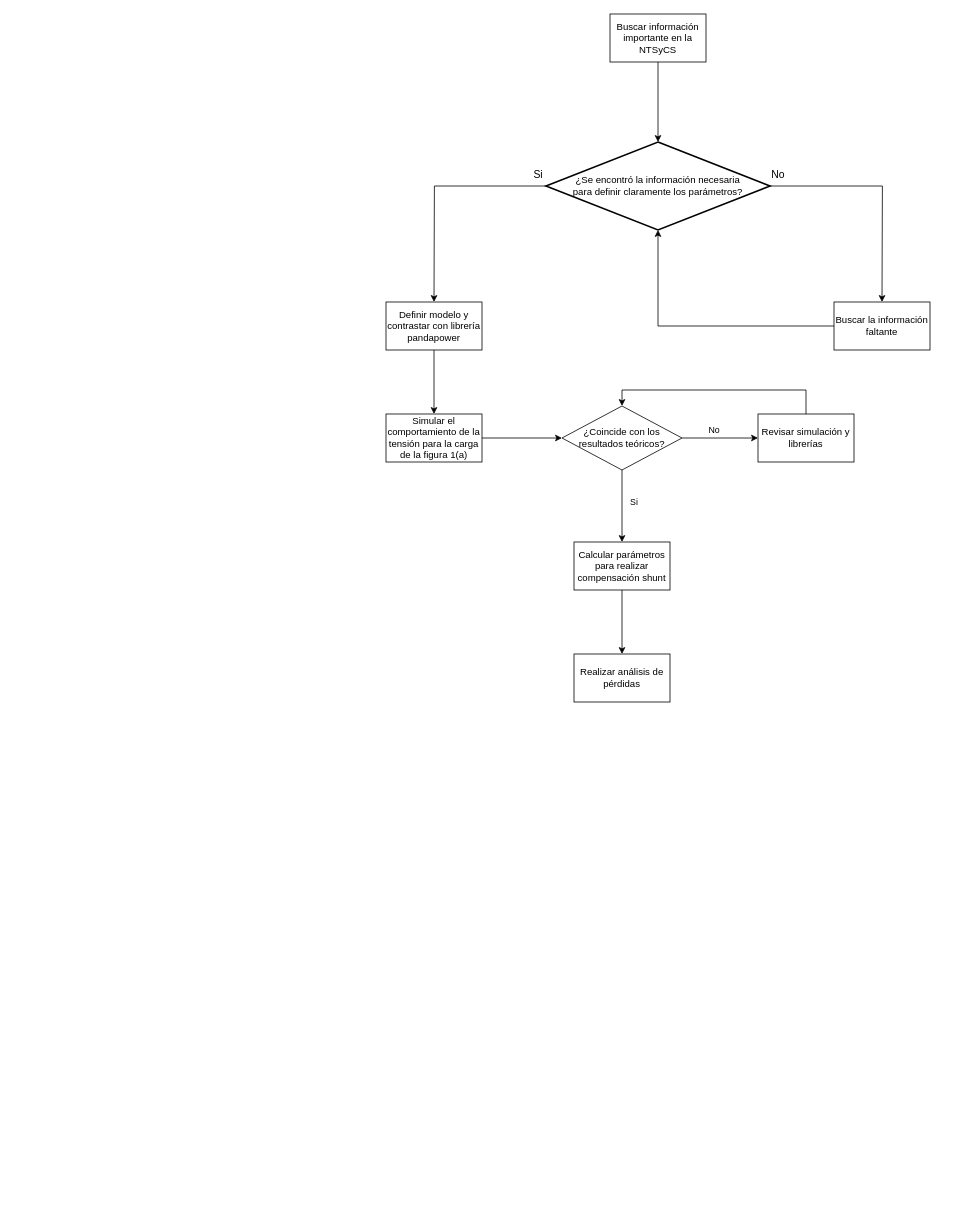
Before: Diagrama sin título.drawio in Reinaldo-usm/G1A_SEP1_S12024, a draw.io diagram. Source tidied: cells renumbered, new cells numbered last; positions are measured from the earlier drawing's top-left corner, leaving out a move shared by most shapes. Both pictures are drawn from the tidied source at 80%, with x=0, y=0 at pixel (386, 14).
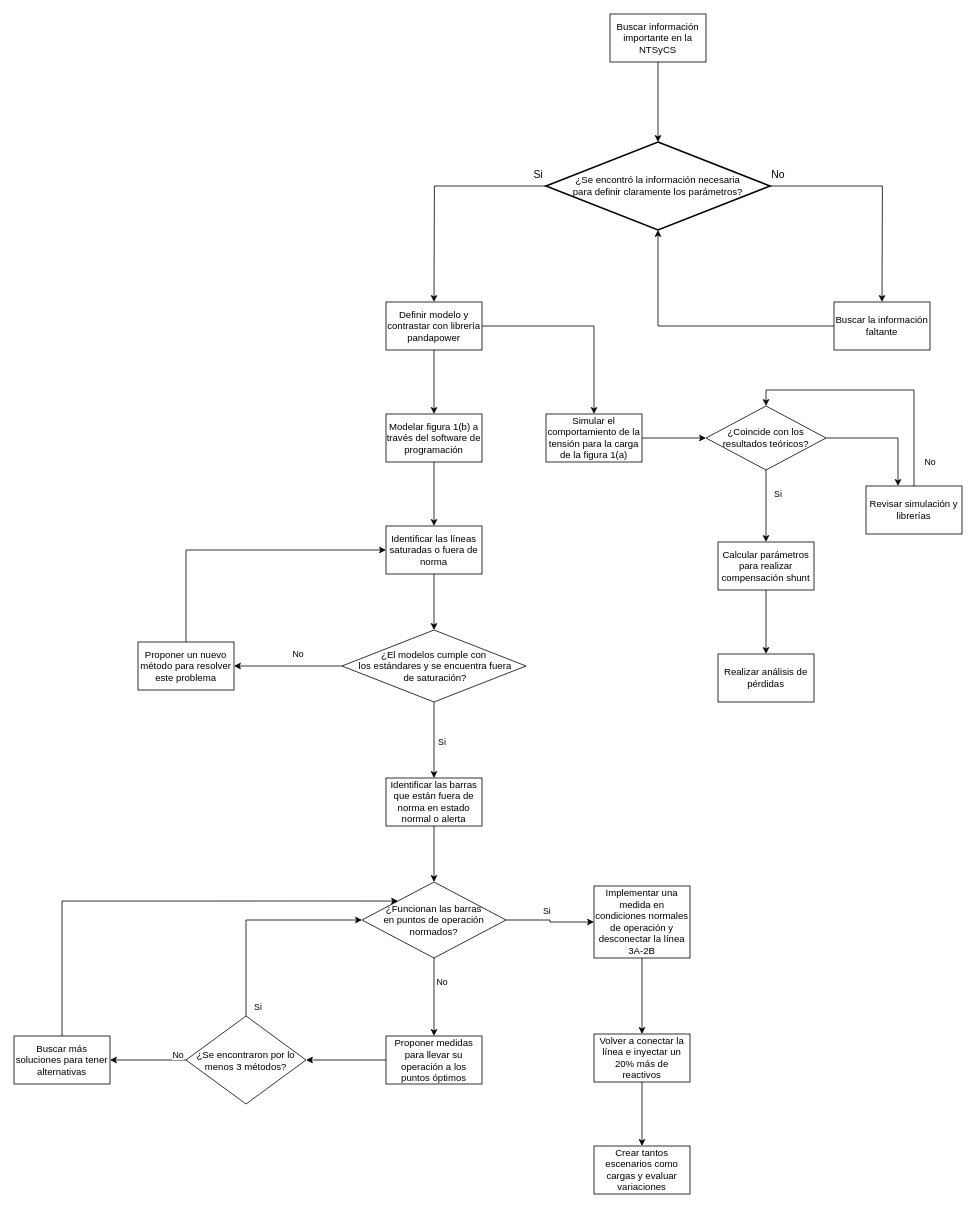
The same page after the edit.

Commit message:
Finalización del diagrama

The change refers to these unchanged cells:
```xml
<mxCell id="10" value="Definir modelo y contrastar con librería pandapower" style="whiteSpace=wrap;html=1;" parent="1" vertex="1">
  <mxGeometry y="360" width="120" height="60" as="geometry" />
</mxCell>
```

The edit, as a diff of the source:
```diff
@@
+    <mxCell id="21" style="edgeStyle=orthogonalEdgeStyle;rounded=0;jettySize=auto;html=1;" parent="1" edge="1" source="10" target="23">
+      <mxGeometry relative="1" as="geometry" />
+    </mxCell>
@@
     <mxCell id="12" value="Simular el comportamiento de la tensión para la carga de la figura 1(a)" style="whiteSpace=wrap;html=1;" parent="1" vertex="1">
-      <mxGeometry y="500" width="120" height="60" as="geometry" />
+      <mxGeometry x="200" y="500" width="120" height="60" as="geometry" />
     </mxCell>
     <mxCell id="13" value="No" style="edgeStyle=orthogonalEdgeStyle;rounded=0;jettySize=auto;html=1;" parent="1" edge="1" source="15" target="17">
-      <mxGeometry x="-1" y="125" relative="1" as="geometry">
-        <mxPoint x="-10" y="-50" as="offset" />
+      <mxGeometry x="-1" y="205" relative="1" as="geometry">
+        <mxPoint y="-10" as="offset" />
       </mxGeometry>
     </mxCell>
     <mxCell id="14" value="Si" style="edgeStyle=orthogonalEdgeStyle;rounded=0;jettySize=auto;html=1;" parent="1" edge="1" source="15" target="19">
-      <mxGeometry x="-1" y="-100" relative="1" as="geometry">
-        <mxPoint x="-60" y="-20" as="offset" />
+      <mxGeometry x="-1" y="-92" relative="1" as="geometry">
+        <Array as="points">
+          <mxPoint x="640" y="530" />
+        </Array>
+        <mxPoint x="-60" y="-22" as="offset" />
       </mxGeometry>
     </mxCell>
     <mxCell id="15" value="¿Coincide con los resultados teóricos?" style="rhombus;whiteSpace=wrap;html=1;" parent="1" vertex="1">
-      <mxGeometry x="220" y="490" width="150" height="80" as="geometry" />
+      <mxGeometry x="400" y="490" width="150" height="80" as="geometry" />
     </mxCell>
@@
     <mxCell id="17" value="Calcular parámetros para realizar compensación shunt" style="whiteSpace=wrap;html=1;" parent="1" vertex="1">
-      <mxGeometry x="235" y="660" width="120" height="60" as="geometry" />
+      <mxGeometry x="415" y="660" width="120" height="60" as="geometry" />
     </mxCell>
@@
     <mxCell id="19" value="Revisar simulación y librerías" style="whiteSpace=wrap;html=1;" parent="1" vertex="1">
-      <mxGeometry x="465" y="500" width="120" height="60" as="geometry" />
+      <mxGeometry x="600" y="590" width="120" height="60" as="geometry" />
     </mxCell>
     <mxCell id="20" value="Realizar análisis de pérdidas" style="whiteSpace=wrap;html=1;" parent="1" vertex="1">
-      <mxGeometry x="235" y="800" width="120" height="60" as="geometry" />
+      <mxGeometry x="415" y="800" width="120" height="60" as="geometry" />
     </mxCell>
+    <mxCell id="22" style="edgeStyle=orthogonalEdgeStyle;rounded=0;jettySize=auto;html=1;" parent="1" edge="1" source="23" target="25">
+      <mxGeometry relative="1" as="geometry" />
+    </mxCell>
+    <mxCell id="23" value="Modelar figura 1(b) a través del software de programación" style="whiteSpace=wrap;html=1;" parent="1" vertex="1">
+      <mxGeometry y="500" width="120" height="60" as="geometry" />
+    </mxCell>
+    <mxCell id="24" style="edgeStyle=orthogonalEdgeStyle;rounded=0;jettySize=auto;html=1;" parent="1" edge="1" source="25" target="28">
+      <mxGeometry relative="1" as="geometry" />
+    </mxCell>
+    <mxCell id="25" value="Identificar las líneas saturadas o fuera de norma" style="whiteSpace=wrap;html=1;" parent="1" vertex="1">
+      <mxGeometry y="640" width="120" height="60" as="geometry" />
+    </mxCell>
+    <mxCell id="26" value="No" style="edgeStyle=orthogonalEdgeStyle;rounded=0;jettySize=auto;html=1;" parent="1" edge="1" source="28" target="30">
+      <mxGeometry x="-0.19" y="-15" relative="1" as="geometry" />
+    </mxCell>
+    <mxCell id="27" value="Si" style="edgeStyle=orthogonalEdgeStyle;rounded=0;jettySize=auto;html=1;" parent="1" edge="1" source="28" target="32">
+      <mxGeometry x="0.05" y="10" relative="1" as="geometry" />
+    </mxCell>
+    <mxCell id="28" value="¿El modelos cumple con&lt;div&gt;&amp;nbsp;los&amp;nbsp;&lt;span style=&quot;background-color: initial;&quot;&gt;estándares y se encuentra fuera&lt;/span&gt;&lt;/div&gt;&lt;div&gt;&lt;span style=&quot;background-color: initial;&quot;&gt;&amp;nbsp;de saturación?&lt;/span&gt;&lt;/div&gt;" style="rhombus;whiteSpace=wrap;html=1;" parent="1" vertex="1">
+      <mxGeometry x="-55" y="770" width="230" height="90" as="geometry" />
+    </mxCell>
+    <mxCell id="29" style="edgeStyle=orthogonalEdgeStyle;rounded=0;jettySize=auto;html=1;entryX=0;entryY=0.5;entryDx=0;entryDy=0;" parent="1" edge="1" source="30" target="25">
+      <mxGeometry relative="1" as="geometry">
+        <Array as="points">
+          <mxPoint x="-250" y="670" />
+        </Array>
+      </mxGeometry>
+    </mxCell>
+    <mxCell id="30" value="Proponer un nuevo método para resolver este problema" style="whiteSpace=wrap;html=1;" parent="1" vertex="1">
+      <mxGeometry x="-310" y="785" width="120" height="60" as="geometry" />
+    </mxCell>
+    <mxCell id="31" style="edgeStyle=orthogonalEdgeStyle;rounded=0;jettySize=auto;html=1;" parent="1" edge="1" source="32" target="35">
+      <mxGeometry relative="1" as="geometry" />
+    </mxCell>
+    <mxCell id="32" value="Identificar las barras que están fuera de norma en estado normal o alerta" style="whiteSpace=wrap;html=1;" parent="1" vertex="1">
+      <mxGeometry y="955" width="120" height="60" as="geometry" />
+    </mxCell>
+    <mxCell id="33" value="Si" style="edgeStyle=orthogonalEdgeStyle;rounded=0;jettySize=auto;html=1;" parent="1" edge="1" source="35" target="37">
+      <mxGeometry x="-0.09" y="13" relative="1" as="geometry">
+        <mxPoint y="1" as="offset" />
+      </mxGeometry>
+    </mxCell>
+    <mxCell id="34" value="No" style="edgeStyle=orthogonalEdgeStyle;rounded=0;jettySize=auto;html=1;" parent="1" edge="1" source="35" target="39">
+      <mxGeometry x="-0.38" y="10" relative="1" as="geometry" />
+    </mxCell>
+    <mxCell id="35" value="¿Funcionan las barras&lt;div&gt;en puntos de operación normados?&lt;/div&gt;" style="rhombus;whiteSpace=wrap;html=1;" parent="1" vertex="1">
+      <mxGeometry x="-30" y="1085" width="180" height="95" as="geometry" />
+    </mxCell>
+    <mxCell id="36" style="edgeStyle=orthogonalEdgeStyle;rounded=0;jettySize=auto;html=1;" parent="1" edge="1" source="37" target="46">
+      <mxGeometry relative="1" as="geometry" />
+    </mxCell>
+    <mxCell id="37" value="Implementar una medida en condiciones normales de operación y desconectar la línea 3A-2B" style="whiteSpace=wrap;html=1;" parent="1" vertex="1">
+      <mxGeometry x="260" y="1090" width="120" height="90" as="geometry" />
+    </mxCell>
+    <mxCell id="38" style="edgeStyle=orthogonalEdgeStyle;rounded=0;jettySize=auto;html=1;" parent="1" edge="1" source="39" target="42">
+      <mxGeometry relative="1" as="geometry" />
+    </mxCell>
+    <mxCell id="39" value="Proponer medidas para llevar su operación a los puntos óptimos" style="whiteSpace=wrap;html=1;" parent="1" vertex="1">
+      <mxGeometry y="1277.5" width="120" height="60" as="geometry" />
+    </mxCell>
+    <mxCell id="40" value="No" style="edgeStyle=orthogonalEdgeStyle;rounded=0;jettySize=auto;html=1;" parent="1" edge="1" source="42" target="44">
+      <mxGeometry x="-0.79" y="-7" relative="1" as="geometry" />
+    </mxCell>
+    <mxCell id="41" value="Si" style="edgeStyle=orthogonalEdgeStyle;rounded=0;jettySize=auto;html=1;exitX=0.5;exitY=0;exitDx=0;exitDy=0;entryX=0;entryY=0.5;entryDx=0;entryDy=0;" parent="1" edge="1" source="42" target="35">
+      <mxGeometry x="-0.91" y="-15" relative="1" as="geometry" />
+    </mxCell>
+    <mxCell id="42" value="¿Se encontraron por lo menos 3 métodos?" style="rhombus;whiteSpace=wrap;html=1;" parent="1" vertex="1">
+      <mxGeometry x="-250" y="1252.5" width="150" height="110" as="geometry" />
+    </mxCell>
+    <mxCell id="43" style="edgeStyle=orthogonalEdgeStyle;rounded=0;jettySize=auto;html=1;exitX=0.5;exitY=0;exitDx=0;exitDy=0;entryX=0;entryY=0;entryDx=0;entryDy=0;" parent="1" edge="1" source="44" target="35">
+      <mxGeometry relative="1" as="geometry">
+        <Array as="points">
+          <mxPoint x="-405" y="1109" />
+        </Array>
+      </mxGeometry>
+    </mxCell>
+    <mxCell id="44" value="Buscar más soluciones para tener alternativas" style="whiteSpace=wrap;html=1;" parent="1" vertex="1">
+      <mxGeometry x="-465" y="1277.5" width="120" height="60" as="geometry" />
+    </mxCell>
+    <mxCell id="45" style="edgeStyle=orthogonalEdgeStyle;rounded=0;jettySize=auto;html=1;" parent="1" edge="1" source="46" target="47">
+      <mxGeometry relative="1" as="geometry" />
+    </mxCell>
+    <mxCell id="46" value="Volver a conectar la línea e inyectar un 20% más de reactivos" style="whiteSpace=wrap;html=1;" parent="1" vertex="1">
+      <mxGeometry x="260" y="1275" width="120" height="60" as="geometry" />
+    </mxCell>
+    <mxCell id="47" value="Crear tantos escenarios como cargas y evaluar variaciones" style="whiteSpace=wrap;html=1;" parent="1" vertex="1">
+      <mxGeometry x="260" y="1415" width="120" height="60" as="geometry" />
+    </mxCell>
```
